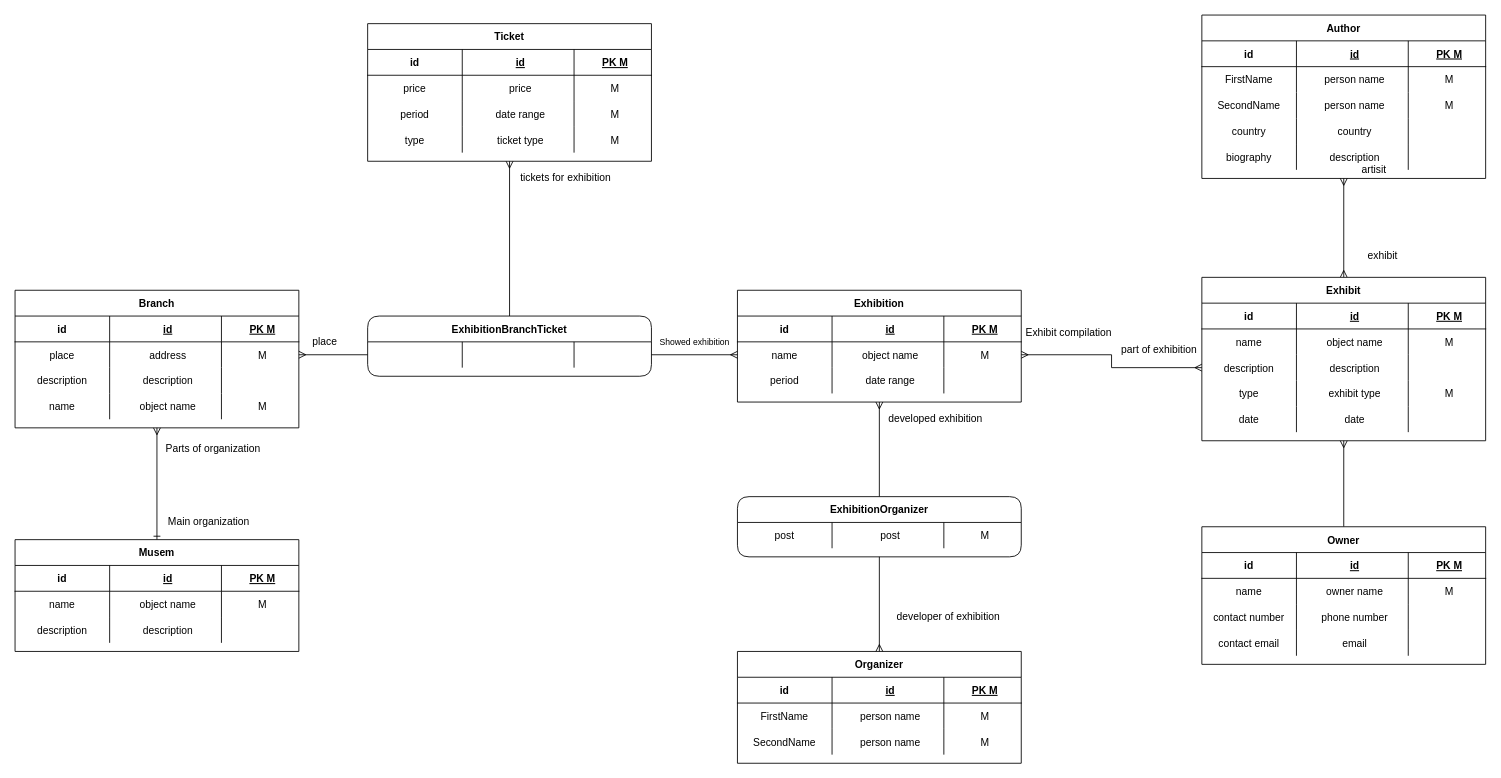
Before: Musem.drawio in sergalb/db-musem-project, a draw.io diagram. Source tidied: cells renumbered, new cells numbered last; positions are measured from the earlier drawing's top-left corner, leaving out a move shared by most shapes. Both pictures are drawn from the tidied source at 86%, with x=0, y=0 at pixel (15, 15).
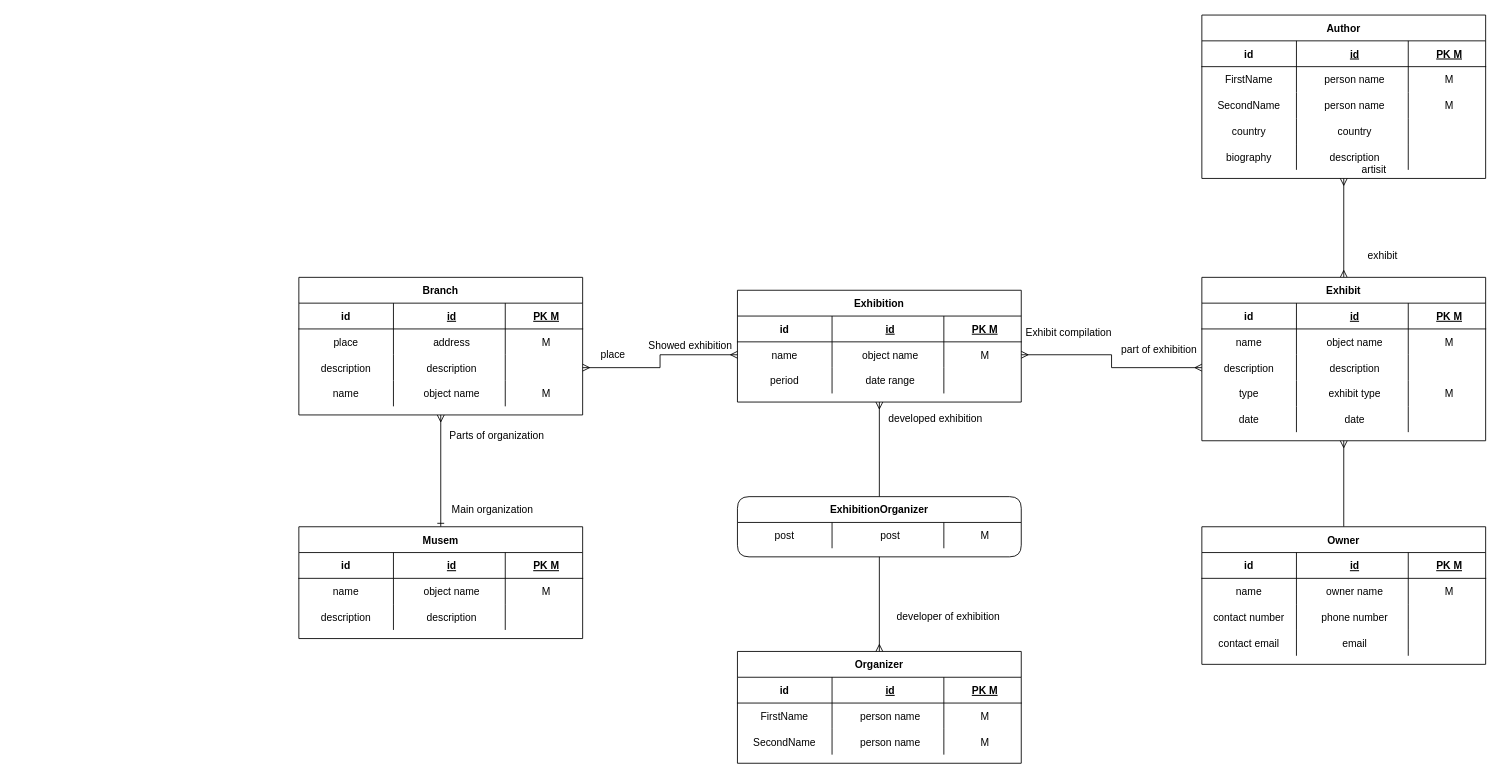
The same diagram, later.

Unchanged cells that the change refers to:
```xml
<mxCell id="21" style="shape=partialRectangle;fillColor=none;top=0;left=0;bottom=0;right=0;points=[[0,0.5],[1,0.5]];portConstraint=eastwest;align=center;" parent="16" vertex="1">
  <mxGeometry y="60" width="330" height="30" as="geometry" />
</mxCell>
<mxCell id="25" style="shape=partialRectangle;fillColor=none;top=0;left=0;bottom=0;right=0;points=[[0,0.5],[1,0.5]];portConstraint=eastwest;align=center;" parent="16" vertex="1">
  <mxGeometry y="90" width="330" height="30" as="geometry" />
</mxCell>
<mxCell id="94" style="shape=partialRectangle;fillColor=none;top=0;left=0;bottom=0;right=0;points=[[0,0.5],[1,0.5]];portConstraint=eastwest;align=center;" parent="89" vertex="1">
  <mxGeometry y="60" width="330" height="30" as="geometry" />
</mxCell>
```

Diff of the diagram source:
```diff
@@
     <mxCell id="3" value="Musem" style="shape=table;startSize=30;childLayout=tableLayout;rowLines=0;fontStyle=1;align=center;" parent="1" vertex="1">
-      <mxGeometry y="610" width="330" height="130" as="geometry" />
+      <mxGeometry x="330" y="595" width="330" height="130" as="geometry" />
     </mxCell>
@@
     <mxCell id="16" value="Branch" style="shape=table;startSize=30;childLayout=tableLayout;rowLines=0;fontStyle=1;align=center;" parent="1" vertex="1">
-      <mxGeometry y="320" width="330" height="160" as="geometry" />
+      <mxGeometry x="330" y="305" width="330" height="160" as="geometry" />
     </mxCell>
@@
-    <mxCell id="102" style="edgeStyle=orthogonalEdgeStyle;rounded=0;jettySize=auto;html=1;exitX=0.5;exitY=1;exitDx=0;exitDy=0;entryX=0.5;entryY=0;entryDx=0;entryDy=0;startArrow=ERmany;startFill=0;endArrow=none;endFill=0;" parent="1" edge="1" source="103" target="121">
-      <mxGeometry relative="1" as="geometry" />
-    </mxCell>
-    <mxCell id="103" value="Ticket" style="shape=table;startSize=30;childLayout=tableLayout;rowLines=0;fontStyle=1;align=center;" parent="1" vertex="1">
-      <mxGeometry x="410" y="10" width="330" height="160" as="geometry" />
-    </mxCell>
-    <mxCell id="104" style="shape=partialRectangle;fillColor=none;top=0;left=0;bottom=1;right=0;align=center;" parent="103" vertex="1">
-      <mxGeometry y="30" width="330" height="30" as="geometry" />
-    </mxCell>
-    <mxCell id="105" value="id" style="shape=partialRectangle;fillColor=none;top=0;left=0;bottom=0;right=0;fontStyle=1;overflow=hidden;align=center;" parent="104" vertex="1">
-      <mxGeometry width="110" height="30" as="geometry" />
-    </mxCell>
-    <mxCell id="106" value="id" style="shape=partialRectangle;fillColor=none;top=0;left=0;bottom=0;right=0;align=center;spacingLeft=6;fontStyle=5;overflow=hidden;" parent="104" vertex="1">
-      <mxGeometry x="110" width="130" height="30" as="geometry" />
-    </mxCell>
-    <mxCell id="107" value="PK M" style="shape=partialRectangle;fillColor=none;top=0;left=0;bottom=0;right=0;align=center;spacingLeft=6;fontStyle=5;overflow=hidden;" parent="104" vertex="1">
-      <mxGeometry x="240" width="90" height="30" as="geometry" />
-    </mxCell>
-    <mxCell id="108" style="shape=partialRectangle;fillColor=none;top=0;left=0;bottom=0;right=0;align=center;" parent="103" vertex="1">
-      <mxGeometry y="60" width="330" height="30" as="geometry" />
-    </mxCell>
-    <mxCell id="109" value="price" style="shape=partialRectangle;fillColor=none;top=0;left=0;bottom=0;right=0;overflow=hidden;align=center;" parent="108" vertex="1">
-      <mxGeometry width="110" height="30" as="geometry" />
-    </mxCell>
-    <mxCell id="110" value="price" style="shape=partialRectangle;fillColor=none;top=0;left=0;bottom=0;right=0;align=center;spacingLeft=6;overflow=hidden;" parent="108" vertex="1">
-      <mxGeometry x="110" width="130" height="30" as="geometry" />
-    </mxCell>
-    <mxCell id="111" value="M" style="shape=partialRectangle;fillColor=none;top=0;left=0;bottom=0;right=0;align=center;spacingLeft=6;overflow=hidden;" parent="108" vertex="1">
-      <mxGeometry x="240" width="90" height="30" as="geometry" />
-    </mxCell>
-    <mxCell id="112" style="shape=partialRectangle;fillColor=none;top=0;left=0;bottom=0;right=0;align=center;" parent="103" vertex="1">
-      <mxGeometry y="90" width="330" height="30" as="geometry" />
-    </mxCell>
-    <mxCell id="113" value="period" style="shape=partialRectangle;fillColor=none;top=0;left=0;bottom=0;right=0;overflow=hidden;align=center;" parent="112" vertex="1">
-      <mxGeometry width="110" height="30" as="geometry" />
-    </mxCell>
-    <mxCell id="114" value="date range" style="shape=partialRectangle;fillColor=none;top=0;left=0;bottom=0;right=0;align=center;spacingLeft=6;overflow=hidden;" parent="112" vertex="1">
-      <mxGeometry x="110" width="130" height="30" as="geometry" />
-    </mxCell>
-    <mxCell id="115" value="M" style="shape=partialRectangle;fillColor=none;top=0;left=0;bottom=0;right=0;align=center;spacingLeft=6;overflow=hidden;" parent="112" vertex="1">
-      <mxGeometry x="240" width="90" height="30" as="geometry" />
-    </mxCell>
-    <mxCell id="116" style="shape=partialRectangle;fillColor=none;top=0;left=0;bottom=0;right=0;align=center;" parent="103" vertex="1">
-      <mxGeometry y="120" width="330" height="30" as="geometry" />
-    </mxCell>
-    <mxCell id="117" value="type" style="shape=partialRectangle;fillColor=none;top=0;left=0;bottom=0;right=0;overflow=hidden;align=center;" parent="116" vertex="1">
-      <mxGeometry width="110" height="30" as="geometry" />
-    </mxCell>
-    <mxCell id="118" value="ticket type" style="shape=partialRectangle;fillColor=none;top=0;left=0;bottom=0;right=0;align=center;spacingLeft=6;overflow=hidden;" parent="116" vertex="1">
-      <mxGeometry x="110" width="130" height="30" as="geometry" />
-    </mxCell>
-    <mxCell id="119" value="M" style="shape=partialRectangle;fillColor=none;top=0;left=0;bottom=0;right=0;align=center;spacingLeft=6;overflow=hidden;" parent="116" vertex="1">
-      <mxGeometry x="240" width="90" height="30" as="geometry" />
-    </mxCell>
@@
-    <mxCell id="121" value="ExhibitionBranchTicket" style="shape=table;startSize=30;childLayout=tableLayout;rowLines=0;fontStyle=1;align=center;rounded=1;" parent="1" vertex="1">
-      <mxGeometry x="410" y="350" width="330" height="70" as="geometry" />
-    </mxCell>
-    <mxCell id="122" style="shape=partialRectangle;fillColor=none;top=0;left=0;bottom=0;right=0;points=[[0,0.5],[1,0.5]];portConstraint=eastwest;align=center;" parent="121" vertex="1">
-      <mxGeometry y="30" width="330" height="30" as="geometry" />
-    </mxCell>
-    <mxCell id="123" style="shape=partialRectangle;fillColor=none;top=0;left=0;bottom=0;right=0;overflow=hidden;align=center;" parent="122" vertex="1">
-      <mxGeometry width="110" height="30" as="geometry" />
-    </mxCell>
-    <mxCell id="124" style="shape=partialRectangle;fillColor=none;top=0;left=0;bottom=0;right=0;align=center;spacingLeft=6;overflow=hidden;" parent="122" vertex="1">
-      <mxGeometry x="110" width="130" height="30" as="geometry" />
-    </mxCell>
-    <mxCell id="125" style="shape=partialRectangle;fillColor=none;top=0;left=0;bottom=0;right=0;align=center;spacingLeft=6;overflow=hidden;" parent="122" vertex="1">
-      <mxGeometry x="240" width="90" height="30" as="geometry" />
-    </mxCell>
-    <mxCell id="126" style="edgeStyle=orthogonalEdgeStyle;rounded=0;jettySize=auto;html=1;exitX=1;exitY=0.5;exitDx=0;exitDy=0;entryX=0;entryY=0.5;entryDx=0;entryDy=0;startArrow=ERmany;startFill=0;endArrow=none;endFill=0;" parent="1" edge="1" source="21" target="122">
-      <mxGeometry relative="1" as="geometry" />
-    </mxCell>
-    <mxCell id="127" style="edgeStyle=orthogonalEdgeStyle;rounded=0;jettySize=auto;html=1;exitX=1;exitY=0.5;exitDx=0;exitDy=0;entryX=0;entryY=0.5;entryDx=0;entryDy=0;startArrow=none;startFill=0;endArrow=ERmany;endFill=0;" parent="1" edge="1" source="122" target="94">
-      <mxGeometry relative="1" as="geometry" />
-    </mxCell>
     <mxCell id="128" value="Main organization" style="text;html=1;align=center;verticalAlign=middle;fillColor=none;strokeColor=none;rounded=0;" parent="1" vertex="1">
-      <mxGeometry x="170" y="580" width="110" height="20" as="geometry" />
+      <mxGeometry x="500" y="565" width="110" height="20" as="geometry" />
     </mxCell>
     <mxCell id="129" value="Parts of organization" style="text;html=1;align=center;verticalAlign=middle;fillColor=none;strokeColor=none;rounded=0;" parent="1" vertex="1">
-      <mxGeometry x="170" y="495" width="120" height="20" as="geometry" />
+      <mxGeometry x="500" y="480" width="120" height="20" as="geometry" />
     </mxCell>
     <mxCell id="130" value="place" style="text;html=1;align=center;verticalAlign=middle;fillColor=none;strokeColor=none;rounded=0;" parent="1" vertex="1">
-      <mxGeometry x="340" y="370" width="40" height="20" as="geometry" />
+      <mxGeometry x="675" y="385" width="40" height="20" as="geometry" />
     </mxCell>
-    <mxCell id="131" value="&lt;font style=&quot;font-size: 10px&quot;&gt;Showed exhibition&lt;/font&gt;" style="text;html=1;align=center;verticalAlign=middle;fillColor=none;strokeColor=none;rounded=0;" parent="1" vertex="1">
-      <mxGeometry x="740" y="370" width="100" height="20" as="geometry" />
+    <mxCell id="131" value="&lt;font style=&quot;font-size: 12px&quot;&gt;Showed exhibition&lt;/font&gt;" style="text;html=1;align=center;verticalAlign=middle;fillColor=none;strokeColor=none;rounded=0;" parent="1" vertex="1">
+      <mxGeometry x="730" y="375" width="110" height="20" as="geometry" />
     </mxCell>
-    <mxCell id="132" value="tickets for exhibition" style="text;html=1;align=center;verticalAlign=middle;" parent="1" vertex="1">
-      <mxGeometry x="580" y="180" width="120" height="20" as="geometry" />
-    </mxCell>
@@
+    <mxCell id="164" style="edgeStyle=orthogonalEdgeStyle;rounded=0;jettySize=auto;html=1;exitX=1;exitY=0.5;exitDx=0;exitDy=0;entryX=0;entryY=0.5;entryDx=0;entryDy=0;startArrow=ERmany;startFill=0;endArrow=ERmany;endFill=0;" parent="1" edge="1" source="25" target="94">
+      <mxGeometry relative="1" as="geometry" />
+    </mxCell>
```
